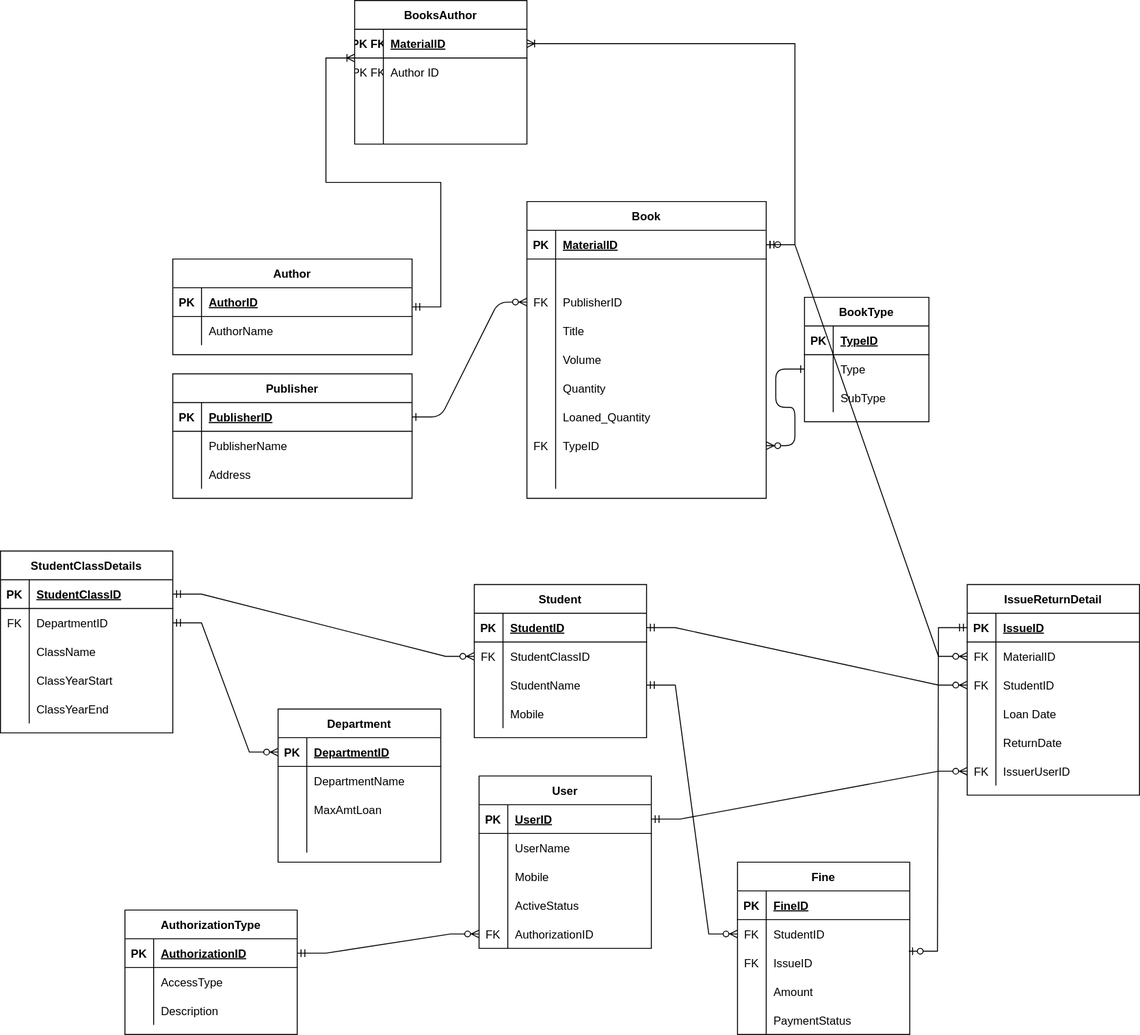
Above: PostgreSQL/Library Management System.drawio.svg in Shubham0197/Training (draw.io), before the change. Source tidied: cells renumbered, new cells last; positions are measured from the earlier drawing's top-left corner, leaving out a move shared by most shapes.
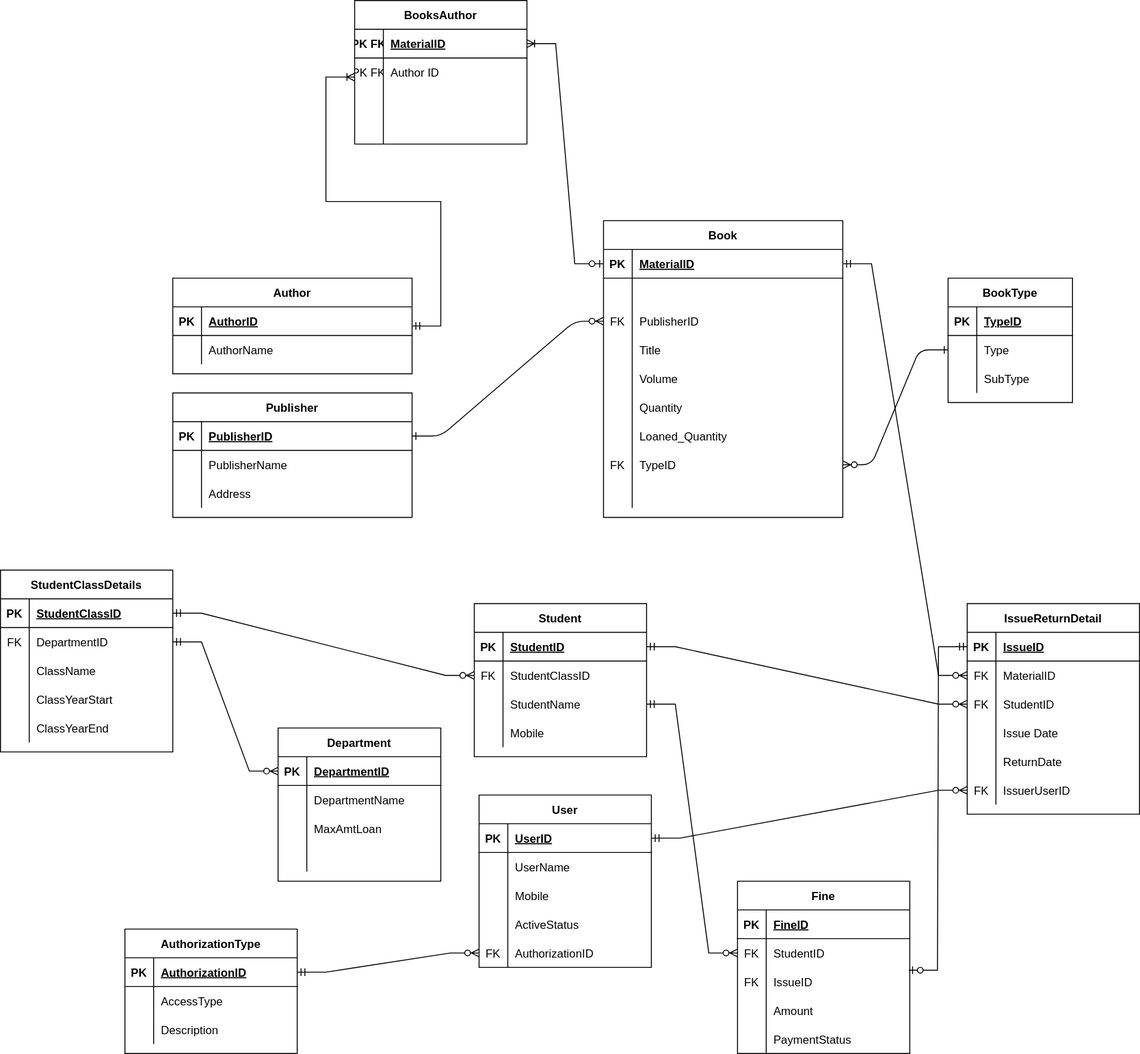
After the commit.

Commit message:
Minor Changes to orientation of tables to make it easy to see relationship connections

Diff of the diagram source:
```diff
@@ -9,7 +9,7 @@
       <mxGeometry relative="1" as="geometry" />
     </mxCell>
     <mxCell id="4" value="Book" style="shape=table;startSize=30;rowLines=0;fontStyle=1;align=center;" parent="1" vertex="1">
-      <mxGeometry x="550" y="210" width="250" height="310" as="geometry" />
+      <mxGeometry x="630" y="210" width="250" height="310" as="geometry" />
     </mxCell>
     <mxCell id="5" style="shape=partialRectangle;fillColor=none;points=[[0,0.5],[1,0.5]];portConstraint=eastwest;top=0;left=0;right=0;bottom=1;" parent="4" vertex="1">
       <mxGeometry y="30" width="250" height="30" as="geometry" />
@@ -144,7 +144,7 @@
       <mxGeometry x="30" width="220" height="30" as="geometry" />
     </mxCell>
     <mxCell id="49" value="BookType" style="shape=table;startSize=30;rowLines=0;fontStyle=1;align=center;" parent="1" vertex="1">
-      <mxGeometry x="840" y="310" width="130" height="130" as="geometry" />
+      <mxGeometry x="990" y="270" width="130" height="130" as="geometry" />
     </mxCell>
     <mxCell id="50" style="shape=tableRow;horizontal=0;startSize=0;swimlaneHead=0;swimlaneBody=0;fillColor=none;top=0;left=0;right=0;bottom=1;" parent="49" vertex="1">
       <mxGeometry y="30" width="130" height="30" as="geometry" />
@@ -326,7 +326,7 @@
     <mxCell id="109" style="shape=partialRectangle;fillColor=none;top=0;left=0;bottom=0;right=0;overflow=hidden;" parent="108" vertex="1">
       <mxGeometry width="30" height="30" as="geometry" />
     </mxCell>
-    <mxCell id="110" value="Loan Date" style="shape=partialRectangle;fillColor=none;top=0;left=0;bottom=0;right=0;align=left;spacingLeft=6;overflow=hidden;" parent="108" vertex="1">
+    <mxCell id="110" value="Issue Date" style="shape=partialRectangle;fillColor=none;top=0;left=0;bottom=0;right=0;align=left;spacingLeft=6;overflow=hidden;" parent="108" vertex="1">
       <mxGeometry x="30" width="150" height="30" as="geometry" />
     </mxCell>
     <mxCell id="111" style="shape=tableRow;horizontal=0;startSize=0;swimlaneHead=0;swimlaneBody=0;fillColor=none;top=0;left=0;right=0;bottom=0;" parent="98" vertex="1">
@@ -399,7 +399,7 @@
       <mxGeometry relative="1" as="geometry" />
     </mxCell>
     <mxCell id="134" value="BooksAuthor" style="shape=table;startSize=30;rowLines=0;fontStyle=1;align=center;" parent="1" vertex="1">
-      <mxGeometry x="370" width="180" height="150" as="geometry" />
+      <mxGeometry x="370" y="-20" width="180" height="150" as="geometry" />
     </mxCell>
     <mxCell id="135" style="shape=tableRow;horizontal=0;startSize=0;swimlaneHead=0;swimlaneBody=0;fillColor=none;points=[[0,0.5],[1,0.5]];portConstraint=eastwest;top=0;left=0;right=0;bottom=1;" parent="134" vertex="1">
       <mxGeometry y="30" width="180" height="30" as="geometry" />
```
